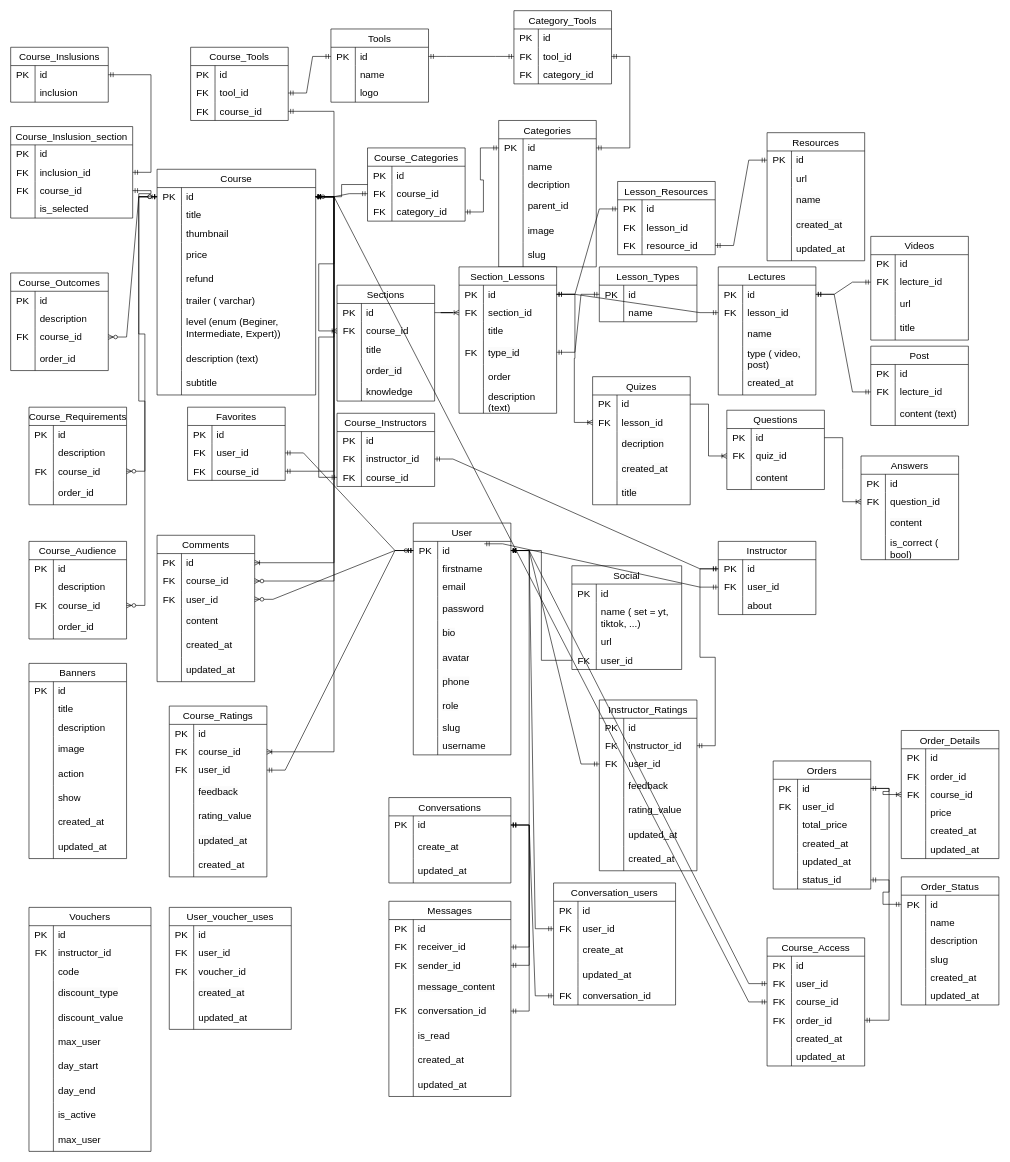
Above: techstudent.drawio in phuc1903/techstudent (draw.io), before the change. Source tidied: cells renumbered, new cells numbered last; positions are measured from the earlier drawing's top-left corner, leaving out a move shared by most shapes. Both pictures are drawn from the tidied source at 61%, with x=0, y=0 at pixel (10, 10).
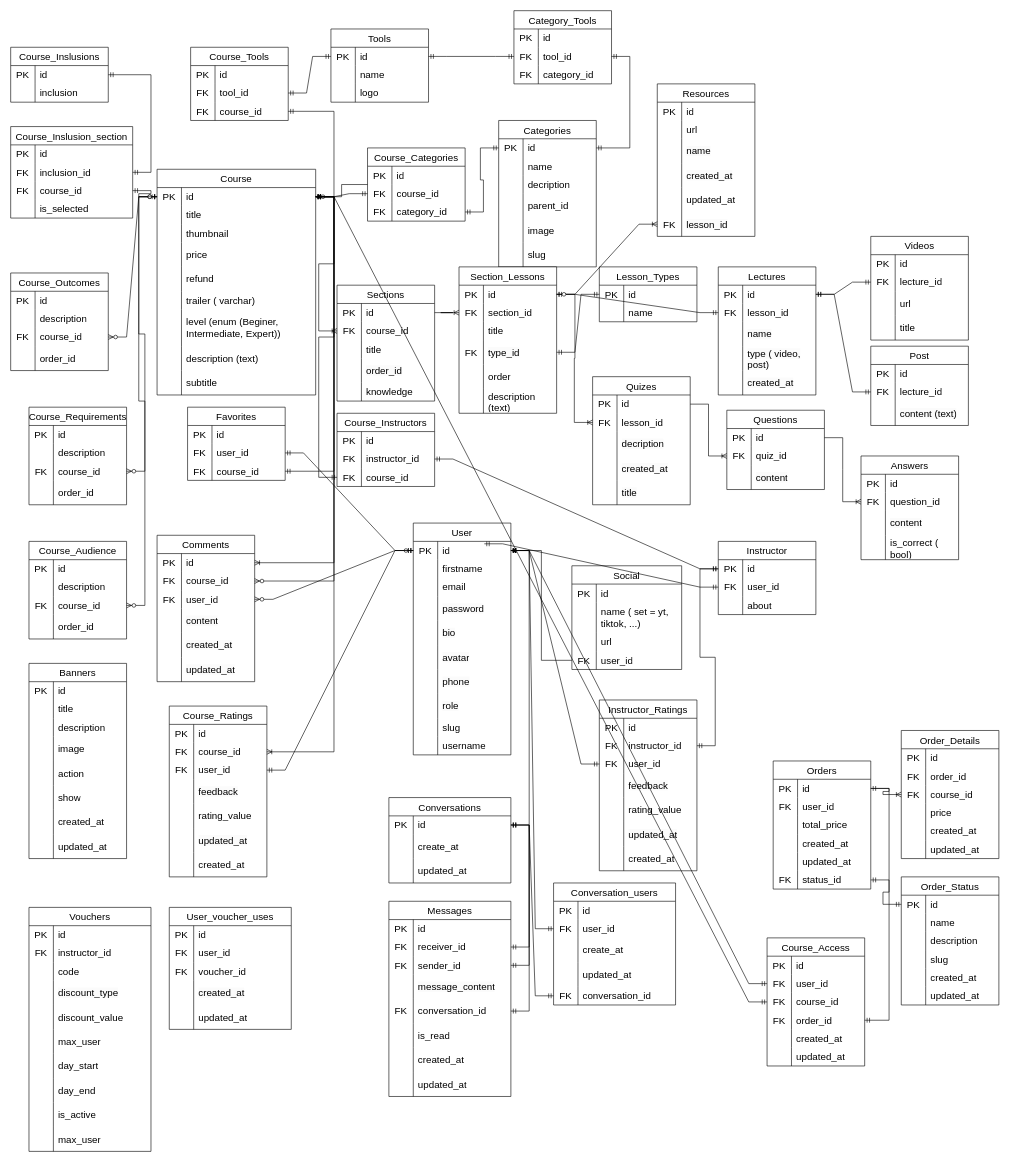
The same diagram, later.

Commit message:
Cập nhật techstudent.drawio

Unchanged cells that the change refers to:
```xml
<mxCell id="117" style="shape=tableRow;horizontal=0;startSize=0;swimlaneHead=0;swimlaneBody=0;top=0;left=0;bottom=0;right=0;fillColor=none;points=[[0,0.5],[1,0.5]];portConstraint=eastwest;strokeColor=inherit;fontSize=16;" parent="116" vertex="1">
  <mxGeometry y="30" width="160" height="30" as="geometry" />
</mxCell>
<mxCell id="374" style="shape=tableRow;horizontal=0;startSize=0;swimlaneHead=0;swimlaneBody=0;top=0;left=0;bottom=0;right=0;fillColor=none;points=[[0,0.5],[1,0.5]];portConstraint=eastwest;strokeColor=inherit;fontSize=16;" parent="373" vertex="1">
  <mxGeometry y="30" width="160" height="30" as="geometry" />
</mxCell>
<mxCell id="498" style="shape=tableRow;horizontal=0;startSize=0;swimlaneHead=0;swimlaneBody=0;top=0;left=0;bottom=0;right=0;fillColor=none;points=[[0,0.5],[1,0.5]];portConstraint=eastwest;strokeColor=inherit;fontSize=16;" parent="482" vertex="1">
  <mxGeometry y="180" width="160" height="30" as="geometry" />
</mxCell>
```

What changed in the source:
```diff
@@
-    <mxCell id="363" value="Lesson_Resources" style="shape=table;startSize=30;childLayout=tableLayout;rowLines=0;fontStyle=0;strokeColor=default;fontSize=16;" parent="1" vertex="1">
-      <mxGeometry x="995" y="280" width="160" height="120" as="geometry" />
-    </mxCell>
-    <mxCell id="364" style="shape=tableRow;horizontal=0;startSize=0;swimlaneHead=0;swimlaneBody=0;top=0;left=0;bottom=0;right=0;fillColor=none;points=[[0,0.5],[1,0.5]];portConstraint=eastwest;strokeColor=inherit;fontSize=16;" parent="363" vertex="1">
-      <mxGeometry y="30" width="160" height="30" as="geometry" />
-    </mxCell>
-    <mxCell id="365" value="PK" style="shape=partialRectangle;html=1;whiteSpace=wrap;fillColor=none;top=0;left=0;bottom=0;right=0;overflow=hidden;strokeColor=inherit;fontSize=16;" parent="364" vertex="1">
-      <mxGeometry width="40" height="30" as="geometry" />
-    </mxCell>
-    <mxCell id="366" value="id" style="shape=partialRectangle;html=1;whiteSpace=wrap;fillColor=none;top=0;left=0;bottom=0;right=0;align=left;spacingLeft=6;overflow=hidden;strokeColor=inherit;fontSize=16;" parent="364" vertex="1">
-      <mxGeometry x="40" width="120" height="30" as="geometry" />
-    </mxCell>
-    <mxCell id="367" style="shape=tableRow;horizontal=0;startSize=0;swimlaneHead=0;swimlaneBody=0;top=0;left=0;bottom=0;right=0;fillColor=none;strokeColor=inherit;fontSize=16;" parent="363" vertex="1">
-      <mxGeometry y="60" width="160" height="30" as="geometry" />
-    </mxCell>
-    <mxCell id="368" value="FK" style="shape=partialRectangle;html=1;whiteSpace=wrap;fillColor=none;top=0;left=0;bottom=0;right=0;overflow=hidden;strokeColor=inherit;fontSize=16;" parent="367" vertex="1">
-      <mxGeometry width="40" height="30" as="geometry" />
-    </mxCell>
-    <mxCell id="369" value="lesson_id" style="shape=partialRectangle;html=1;whiteSpace=wrap;fillColor=none;top=0;left=0;bottom=0;right=0;align=left;spacingLeft=6;overflow=hidden;strokeColor=inherit;fontSize=16;" parent="367" vertex="1">
-      <mxGeometry x="40" width="120" height="30" as="geometry" />
-    </mxCell>
-    <mxCell id="370" style="shape=tableRow;horizontal=0;startSize=0;swimlaneHead=0;swimlaneBody=0;top=0;left=0;bottom=0;right=0;fillColor=none;points=[[0,0.5],[1,0.5]];portConstraint=eastwest;strokeColor=inherit;fontSize=16;" parent="363" vertex="1">
-      <mxGeometry y="90" width="160" height="30" as="geometry" />
-    </mxCell>
-    <mxCell id="371" value="FK" style="shape=partialRectangle;html=1;whiteSpace=wrap;fillColor=none;top=0;left=0;bottom=0;right=0;overflow=hidden;strokeColor=inherit;fontSize=16;" parent="370" vertex="1">
-      <mxGeometry width="40" height="30" as="geometry" />
-    </mxCell>
-    <mxCell id="372" value="resource_id" style="shape=partialRectangle;html=1;whiteSpace=wrap;fillColor=none;top=0;left=0;bottom=0;right=0;align=left;spacingLeft=6;overflow=hidden;strokeColor=inherit;fontSize=16;" parent="370" vertex="1">
-      <mxGeometry x="40" width="120" height="30" as="geometry" />
-    </mxCell>
     <mxCell id="373" value="Resources" style="shape=table;startSize=30;childLayout=tableLayout;rowLines=0;fontStyle=0;strokeColor=default;fontSize=16;" parent="1" vertex="1">
-      <mxGeometry x="1240" y="200" width="160" height="210" as="geometry" />
+      <mxGeometry x="1060" y="120" width="160" height="250" as="geometry" />
     </mxCell>
@@
+    <mxCell id="677" style="shape=tableRow;horizontal=0;startSize=0;swimlaneHead=0;swimlaneBody=0;top=0;left=0;bottom=0;right=0;fillColor=none;points=[[0,0.5],[1,0.5]];portConstraint=eastwest;strokeColor=inherit;fontSize=16;" parent="373" vertex="1">
+      <mxGeometry y="210" width="160" height="40" as="geometry" />
+    </mxCell>
+    <mxCell id="678" value="FK" style="shape=partialRectangle;html=1;whiteSpace=wrap;fillColor=none;top=0;left=0;bottom=0;right=0;overflow=hidden;strokeColor=inherit;fontSize=16;" parent="677" vertex="1">
+      <mxGeometry width="40" height="40" as="geometry" />
+    </mxCell>
+    <mxCell id="369" value="&lt;span style=&quot;color: rgb(0, 0, 0); font-family: Helvetica; font-size: 16px; font-style: normal; font-variant-ligatures: normal; font-variant-caps: normal; font-weight: 400; letter-spacing: normal; orphans: 2; text-align: left; text-indent: 0px; text-transform: none; widows: 2; word-spacing: 0px; -webkit-text-stroke-width: 0px; white-space: normal; background-color: rgb(251, 251, 251); text-decoration-thickness: initial; text-decoration-style: initial; text-decoration-color: initial; display: inline !important; float: none;&quot;&gt;lesson_id&lt;/span&gt;" style="shape=partialRectangle;html=1;whiteSpace=wrap;fillColor=none;top=0;left=0;bottom=0;right=0;align=left;spacingLeft=6;overflow=hidden;strokeColor=inherit;fontSize=16;" parent="677" vertex="1">
+      <mxGeometry x="40" width="120" height="40" as="geometry" />
+    </mxCell>
@@
-    <mxCell id="499" style="shape=partialRectangle;html=1;whiteSpace=wrap;fillColor=none;top=0;left=0;bottom=0;right=0;overflow=hidden;strokeColor=inherit;fontSize=16;" parent="498" vertex="1">
+    <mxCell id="499" value="FK" style="shape=partialRectangle;html=1;whiteSpace=wrap;fillColor=none;top=0;left=0;bottom=0;right=0;overflow=hidden;strokeColor=inherit;fontSize=16;" parent="498" vertex="1">
       <mxGeometry width="40" height="30" as="geometry" />
     </mxCell>
@@
-    <mxCell id="543" style="edgeStyle=entityRelationEdgeStyle;fontSize=12;html=1;endArrow=ERmandOne;startArrow=ERmandOne;rounded=0;" parent="1" edge="1" source="370" target="374">
-      <mxGeometry relative="1" as="geometry" />
-    </mxCell>
-    <mxCell id="544" style="edgeStyle=entityRelationEdgeStyle;fontSize=12;html=1;endArrow=ERmandOne;startArrow=ERmandOne;rounded=0;" parent="1" edge="1" source="117" target="364">
-      <mxGeometry relative="1" as="geometry">
-        <Array as="points">
-          <mxPoint x="899" y="470" />
-          <mxPoint x="980" y="400" />
-        </Array>
-      </mxGeometry>
-    </mxCell>
@@
+    <mxCell id="679" style="edgeStyle=entityRelationEdgeStyle;fontSize=12;html=1;endArrow=ERoneToMany;startArrow=ERzeroToOne;rounded=0;" parent="1" edge="1" source="117" target="677">
+      <mxGeometry relative="1" as="geometry" />
+    </mxCell>
```
